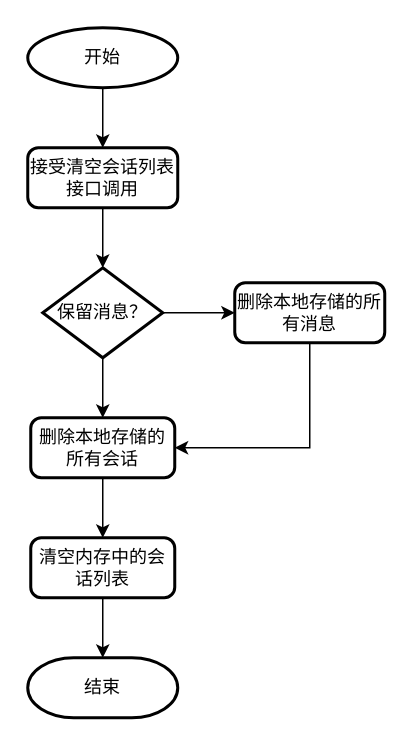
This is page "flow-clear-conversation-list" (4 of 11) of 获取会话列表.drawio from liuao2010/360MobileSafe, a draw.io file, before an edit. Source tidied: cells renumbered, new cells numbered last; positions are measured from the earlier drawing's top-left corner, leaving out a move shared by most shapes. Both pictures are drawn from the tidied source at 150%, with x=0, y=0 at pixel (27, 27).
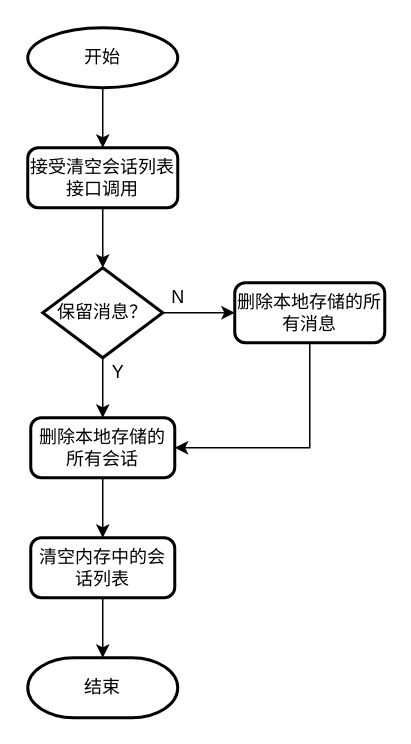
The same diagram, later.

Change to the diagram source:
```diff
@@
 <mxGraphModel>
   <root>
     <mxCell id="0" />
     <mxCell id="1" parent="0" />
     <mxCell id="2" style="edgeStyle=orthogonalEdgeStyle;rounded=0;jettySize=auto;html=1;exitX=0.5;exitY=1;exitDx=0;exitDy=0;exitPerimeter=0;entryX=0.5;entryY=0;entryDx=0;entryDy=0;" parent="1" edge="1" source="3" target="5">
       <mxGeometry relative="1" as="geometry" />
     </mxCell>
     <mxCell id="3" value="开始" style="strokeWidth=2;html=1;shape=mxgraph.flowchart.start_1;whiteSpace=wrap;rounded=1;" parent="1" vertex="1">
       <mxGeometry width="100" height="40" as="geometry" />
     </mxCell>
     <mxCell id="4" style="edgeStyle=orthogonalEdgeStyle;rounded=0;jettySize=auto;html=1;exitX=0.5;exitY=1;exitDx=0;exitDy=0;entryX=0.5;entryY=0;entryDx=0;entryDy=0;entryPerimeter=0;" parent="1" edge="1" source="5" target="12">
       <mxGeometry relative="1" as="geometry" />
     </mxCell>
     <mxCell id="5" value="接受清空会话列表接口调用" style="rounded=1;whiteSpace=wrap;html=1;absoluteArcSize=1;arcSize=14;strokeWidth=2;" parent="1" vertex="1">
       <mxGeometry y="80" width="100" height="40" as="geometry" />
     </mxCell>
     <mxCell id="6" style="edgeStyle=orthogonalEdgeStyle;rounded=0;jettySize=auto;html=1;exitX=0.5;exitY=1;exitDx=0;exitDy=0;entryX=0.5;entryY=0;entryDx=0;entryDy=0;entryPerimeter=0;" parent="1" edge="1" source="7" target="15">
       <mxGeometry relative="1" as="geometry" />
     </mxCell>
     <mxCell id="7" value="清空内存中的会话列表" style="rounded=1;whiteSpace=wrap;html=1;absoluteArcSize=1;arcSize=14;strokeWidth=2;" parent="1" vertex="1">
       <mxGeometry x="2" y="340" width="96" height="40" as="geometry" />
     </mxCell>
     <mxCell id="8" style="edgeStyle=orthogonalEdgeStyle;rounded=0;jettySize=auto;html=1;exitX=0.5;exitY=1;exitDx=0;exitDy=0;entryX=0.5;entryY=0;entryDx=0;entryDy=0;" parent="1" edge="1" source="9" target="7">
       <mxGeometry relative="1" as="geometry" />
     </mxCell>
     <mxCell id="9" value="删除本地存储的所有会话" style="rounded=1;whiteSpace=wrap;html=1;absoluteArcSize=1;arcSize=14;strokeWidth=2;" parent="1" vertex="1">
       <mxGeometry x="2" y="260" width="96" height="40" as="geometry" />
     </mxCell>
     <mxCell id="10" style="edgeStyle=orthogonalEdgeStyle;rounded=0;jettySize=auto;html=1;exitX=0.5;exitY=1;exitDx=0;exitDy=0;exitPerimeter=0;entryX=0.5;entryY=0;entryDx=0;entryDy=0;" parent="1" edge="1" source="12" target="9">
       <mxGeometry relative="1" as="geometry" />
     </mxCell>
     <mxCell id="11" style="edgeStyle=orthogonalEdgeStyle;rounded=0;jettySize=auto;html=1;exitX=1;exitY=0.5;exitDx=0;exitDy=0;exitPerimeter=0;entryX=0;entryY=0.5;entryDx=0;entryDy=0;" parent="1" edge="1" source="12" target="14">
       <mxGeometry relative="1" as="geometry" />
     </mxCell>
     <mxCell id="12" value="保留消息？" style="strokeWidth=2;html=1;shape=mxgraph.flowchart.decision;whiteSpace=wrap;rounded=1;" parent="1" vertex="1">
       <mxGeometry x="10" y="160" width="80" height="60" as="geometry" />
     </mxCell>
     <mxCell id="13" style="edgeStyle=orthogonalEdgeStyle;rounded=0;jettySize=auto;html=1;exitX=0.5;exitY=1;exitDx=0;exitDy=0;entryX=1;entryY=0.5;entryDx=0;entryDy=0;" parent="1" edge="1" source="14" target="9">
       <mxGeometry relative="1" as="geometry" />
     </mxCell>
     <mxCell id="14" value="删除本地存储的所有消息" style="rounded=1;whiteSpace=wrap;html=1;absoluteArcSize=1;arcSize=14;strokeWidth=2;" parent="1" vertex="1">
       <mxGeometry x="138" y="170" width="100" height="40" as="geometry" />
     </mxCell>
     <mxCell id="15" value="结束" style="strokeWidth=2;html=1;shape=mxgraph.flowchart.terminator;whiteSpace=wrap;rounded=1;" parent="1" vertex="1">
       <mxGeometry y="420" width="100" height="40" as="geometry" />
     </mxCell>
+    <mxCell id="16" value="N" style="text;html=1;align=center;verticalAlign=middle;" parent="1" vertex="1">
+      <mxGeometry x="90" y="170" width="20" height="20" as="geometry" />
+    </mxCell>
+    <mxCell id="17" value="Y" style="text;html=1;align=center;verticalAlign=middle;" parent="1" vertex="1">
+      <mxGeometry x="50" y="220" width="20" height="20" as="geometry" />
+    </mxCell>
   </root>
 </mxGraphModel>
```
